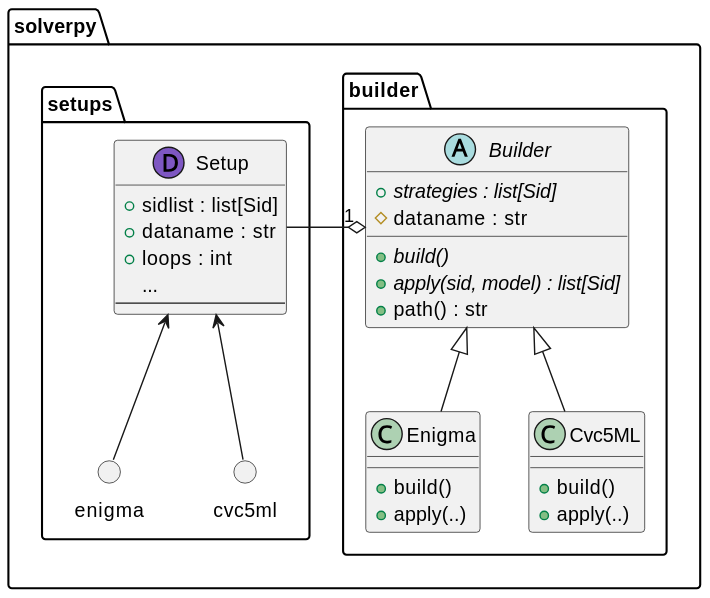
The PlantUML diagram dia/solverpy-ml.svg in cbboyan/solverpy, before a commit. The source it was exported from:
```plantuml
@startuml
skinparam backgroundColor transparent

dataclass solverpy.setups.Setup {
   + sidlist : list[Sid]
   + dataname : str
   + loops : int
   ...
   --
}
circle solverpy.setups.enigma
circle solverpy.setups.cvc5ml

abstract class solverpy.builder.Builder {
   {abstract} + strategies : list[Sid]
   # dataname : str
   {abstract} + build()
   {abstract} + apply(sid, model) : list[Sid]
   + path() : str
}

class solverpy.builder.Enigma extends solverpy.builder.Builder {
   + build()
   + apply(..)
}

class solverpy.builder.Cvc5ML extends solverpy.builder.Builder {
   + build()
   + apply(..)
}

solverpy.setups.Setup <-- solverpy.setups.enigma
solverpy.setups.Setup <-- solverpy.setups.cvc5ml

solverpy.builder.Builder "1" o-left solverpy.setups.Setup
@enduml
```
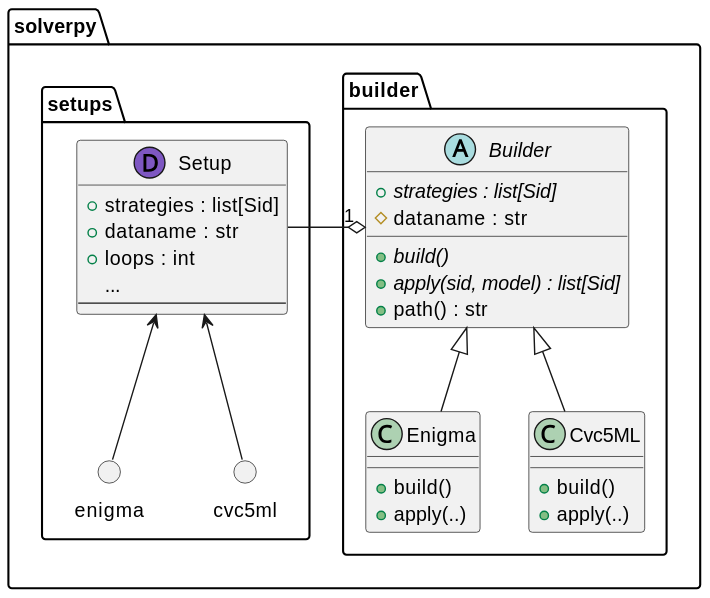
The same file after the commit.

The edit, as a diff of the source:
```diff
@@ -2,7 +2,7 @@
 skinparam backgroundColor transparent
 
 dataclass solverpy.setups.Setup {
-   + sidlist : list[Sid]
+   + strategies : list[Sid]
    + dataname : str
    + loops : int
    ...
```
